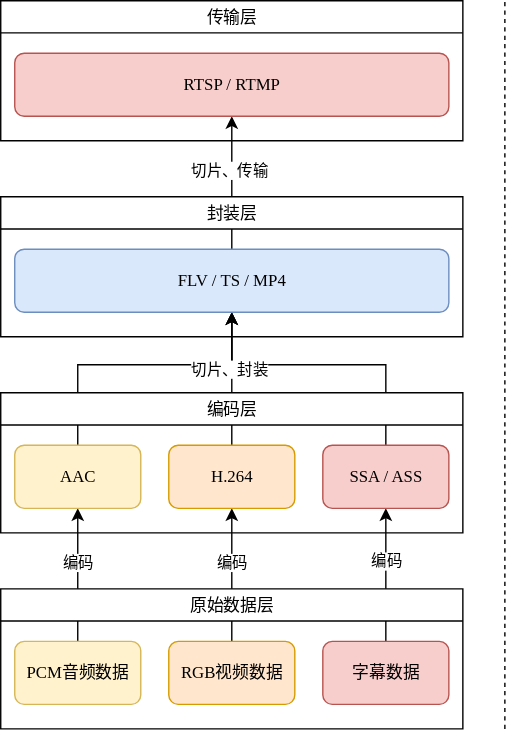
Earlier version of the draw.io export 音视频开发/Resources/FFmpeg解码工作流.drawio.svg (h13-0/Notebooks). Source tidied: cells renumbered, new cells last; positions are measured from the earlier drawing's top-left corner, leaving out a move shared by most shapes. Source of this version:
```xml
<mxGraphModel>
  <root>
    <mxCell id="0" />
    <mxCell id="1" parent="0" />
    <mxCell id="2" style="edgeStyle=orthogonalEdgeStyle;rounded=0;jettySize=auto;html=1;exitX=0.5;exitY=0;exitDx=0;exitDy=0;entryX=0.5;entryY=1;entryDx=0;entryDy=0;fontFamily=思源等宽;" parent="1" edge="1" source="17" target="15">
      <mxGeometry relative="1" as="geometry" />
    </mxCell>
    <mxCell id="3" value="切片、传输" style="edgeLabel;html=1;align=center;verticalAlign=middle;fontFamily=思源等宽;" parent="2" vertex="1">
      <mxGeometry x="0.2" y="2" relative="1" as="geometry" />
    </mxCell>
    <mxCell id="4" style="edgeStyle=orthogonalEdgeStyle;rounded=0;jettySize=auto;html=1;exitX=0.5;exitY=0;exitDx=0;exitDy=0;entryX=0.5;entryY=1;entryDx=0;entryDy=0;fontFamily=思源等宽;" parent="1" edge="1" source="19" target="17">
      <mxGeometry relative="1" as="geometry">
        <Array as="points">
          <mxPoint x="55" y="260" />
          <mxPoint x="165" y="260" />
        </Array>
      </mxGeometry>
    </mxCell>
    <mxCell id="5" style="edgeStyle=orthogonalEdgeStyle;rounded=0;jettySize=auto;html=1;exitX=0.5;exitY=0;exitDx=0;exitDy=0;entryX=0.5;entryY=1;entryDx=0;entryDy=0;fontFamily=思源等宽;" parent="1" edge="1" source="21" target="17">
      <mxGeometry relative="1" as="geometry">
        <Array as="points">
          <mxPoint x="275" y="260" />
          <mxPoint x="165" y="260" />
        </Array>
      </mxGeometry>
    </mxCell>
    <mxCell id="6" style="edgeStyle=orthogonalEdgeStyle;rounded=0;jettySize=auto;html=1;exitX=0.5;exitY=0;exitDx=0;exitDy=0;entryX=0.5;entryY=1;entryDx=0;entryDy=0;fontFamily=思源等宽;" parent="1" edge="1" source="20" target="17">
      <mxGeometry relative="1" as="geometry" />
    </mxCell>
    <mxCell id="7" value="切片、封装" style="edgeLabel;html=1;align=center;verticalAlign=middle;fontFamily=思源等宽;" parent="6" vertex="1">
      <mxGeometry x="0.15" y="2" relative="1" as="geometry" />
    </mxCell>
    <mxCell id="8" style="edgeStyle=orthogonalEdgeStyle;rounded=0;jettySize=auto;html=1;exitX=0.5;exitY=0;exitDx=0;exitDy=0;entryX=0.5;entryY=1;entryDx=0;entryDy=0;fontFamily=思源等宽;" parent="1" edge="1" source="25" target="21">
      <mxGeometry relative="1" as="geometry" />
    </mxCell>
    <mxCell id="9" value="编码" style="edgeLabel;html=1;align=center;verticalAlign=middle;fontFamily=思源等宽;" parent="8" vertex="1">
      <mxGeometry relative="1" as="geometry">
        <mxPoint y="-10" as="offset" />
      </mxGeometry>
    </mxCell>
    <mxCell id="10" style="edgeStyle=orthogonalEdgeStyle;rounded=0;jettySize=auto;html=1;exitX=0.5;exitY=0;exitDx=0;exitDy=0;entryX=0.5;entryY=1;entryDx=0;entryDy=0;fontFamily=思源等宽;" parent="1" edge="1" source="24" target="20">
      <mxGeometry relative="1" as="geometry" />
    </mxCell>
    <mxCell id="11" value="编码" style="edgeLabel;html=1;align=center;verticalAlign=middle;fontFamily=思源等宽;" parent="10" vertex="1">
      <mxGeometry x="0.24" y="-3" relative="1" as="geometry">
        <mxPoint x="-3" y="2" as="offset" />
      </mxGeometry>
    </mxCell>
    <mxCell id="12" style="edgeStyle=orthogonalEdgeStyle;rounded=0;jettySize=auto;html=1;exitX=0.5;exitY=0;exitDx=0;exitDy=0;entryX=0.5;entryY=1;entryDx=0;entryDy=0;fontFamily=思源等宽;" parent="1" edge="1" source="23" target="19">
      <mxGeometry relative="1" as="geometry" />
    </mxCell>
    <mxCell id="13" value="编码" style="edgeLabel;html=1;align=center;verticalAlign=middle;fontFamily=思源等宽;" parent="12" vertex="1">
      <mxGeometry x="0.18" relative="1" as="geometry">
        <mxPoint y="-1" as="offset" />
      </mxGeometry>
    </mxCell>
    <mxCell id="14" value="&lt;span style=&quot;font-weight: normal;&quot;&gt;传输层&lt;/span&gt;" style="swimlane;whiteSpace=wrap;html=1;gradientColor=none;fillColor=#FFFFFF;fontFamily=思源等宽;" parent="1" vertex="1">
      <mxGeometry width="330" height="100" as="geometry" />
    </mxCell>
    <mxCell id="15" value="RTSP / RTMP" style="rounded=1;whiteSpace=wrap;html=1;fillColor=#f8cecc;strokeColor=#b85450;fontFamily=思源等宽;" parent="14" vertex="1">
      <mxGeometry x="10" y="37.5" width="310" height="45" as="geometry" />
    </mxCell>
    <mxCell id="16" value="&lt;span style=&quot;font-weight: normal;&quot;&gt;封装层&lt;/span&gt;" style="swimlane;whiteSpace=wrap;html=1;fillColor=#FFFFFF;fontFamily=思源等宽;" parent="1" vertex="1">
      <mxGeometry y="140" width="330" height="100" as="geometry" />
    </mxCell>
    <mxCell id="17" value="FLV / TS / MP4" style="rounded=1;whiteSpace=wrap;html=1;fillColor=#dae8fc;strokeColor=#6c8ebf;fontFamily=思源等宽;" parent="16" vertex="1">
      <mxGeometry x="10" y="37.5" width="310" height="45" as="geometry" />
    </mxCell>
    <mxCell id="18" value="&lt;span style=&quot;font-weight: normal;&quot;&gt;编码层&lt;/span&gt;" style="swimlane;whiteSpace=wrap;html=1;fillColor=#FFFFFF;fontFamily=思源等宽;" parent="1" vertex="1">
      <mxGeometry y="280" width="330" height="100" as="geometry" />
    </mxCell>
    <mxCell id="19" value="AAC" style="rounded=1;whiteSpace=wrap;html=1;fillColor=#fff2cc;strokeColor=#d6b656;fontFamily=思源等宽;" parent="18" vertex="1">
      <mxGeometry x="10" y="37.5" width="90" height="45" as="geometry" />
    </mxCell>
    <mxCell id="20" value="H.264" style="rounded=1;whiteSpace=wrap;html=1;fillColor=#ffe6cc;strokeColor=#d79b00;fontFamily=思源等宽;" parent="18" vertex="1">
      <mxGeometry x="120" y="37.5" width="90" height="45" as="geometry" />
    </mxCell>
    <mxCell id="21" value="SSA / ASS" style="rounded=1;whiteSpace=wrap;html=1;fillColor=#f8cecc;strokeColor=#b85450;fontFamily=思源等宽;" parent="18" vertex="1">
      <mxGeometry x="230" y="37.5" width="90" height="45" as="geometry" />
    </mxCell>
    <mxCell id="22" value="&lt;span style=&quot;font-weight: normal;&quot;&gt;原始数据层&lt;/span&gt;" style="swimlane;whiteSpace=wrap;html=1;fillColor=#FFFFFF;fontFamily=思源等宽;" parent="1" vertex="1">
      <mxGeometry y="420" width="330" height="100" as="geometry" />
    </mxCell>
    <mxCell id="23" value="PCM音频数据" style="rounded=1;whiteSpace=wrap;html=1;fillColor=#fff2cc;strokeColor=#d6b656;fontFamily=思源等宽;" parent="22" vertex="1">
      <mxGeometry x="10" y="37.5" width="90" height="45" as="geometry" />
    </mxCell>
    <mxCell id="24" value="RGB视频数据" style="rounded=1;whiteSpace=wrap;html=1;fillColor=#ffe6cc;strokeColor=#d79b00;fontFamily=思源等宽;" parent="22" vertex="1">
      <mxGeometry x="120" y="37.5" width="90" height="45" as="geometry" />
    </mxCell>
    <mxCell id="25" value="字幕数据" style="rounded=1;whiteSpace=wrap;html=1;fillColor=#f8cecc;strokeColor=#b85450;fontFamily=思源等宽;" parent="22" vertex="1">
      <mxGeometry x="230" y="37.5" width="90" height="45" as="geometry" />
    </mxCell>
    <mxCell id="26" style="endArrow=none;dashed=1;html=1;rounded=0;" parent="1" edge="1">
      <mxGeometry relative="1" as="geometry">
        <mxPoint x="360" y="520" as="sourcePoint" />
        <mxPoint x="360" as="targetPoint" />
      </mxGeometry>
    </mxCell>
  </root>
</mxGraphModel>
```
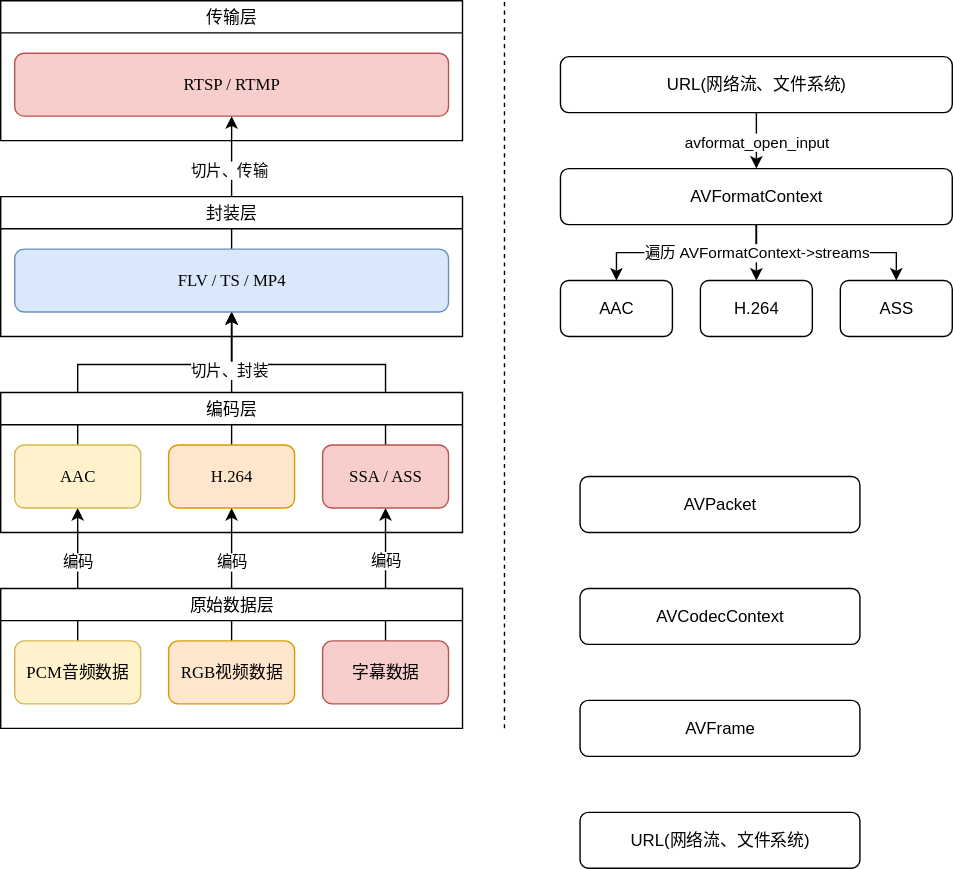
After the change.

Commit message:
vault backup: 2025-12-18 13:01:08

Diff of the diagram source:
```diff
@@ -96,5 +96,54 @@
         <mxPoint x="360" as="targetPoint" />
       </mxGeometry>
     </mxCell>
+    <mxCell id="27" style="edgeStyle=orthogonalEdgeStyle;rounded=0;jettySize=auto;html=1;exitX=0.5;exitY=1;exitDx=0;exitDy=0;entryX=0.5;entryY=0;entryDx=0;entryDy=0;" parent="1" edge="1" source="29" target="34">
+      <mxGeometry relative="1" as="geometry" />
+    </mxCell>
+    <mxCell id="28" value="avformat_open_input" style="edgeLabel;html=1;align=center;verticalAlign=middle;" parent="27" vertex="1">
+      <mxGeometry x="-0.43" y="-1" relative="1" as="geometry">
+        <mxPoint x="1" y="9" as="offset" />
+      </mxGeometry>
+    </mxCell>
+    <mxCell id="29" value="URL(网络流、文件系统)" style="rounded=1;whiteSpace=wrap;html=1;" parent="1" vertex="1">
+      <mxGeometry x="400" y="40" width="280" height="40" as="geometry" />
+    </mxCell>
+    <mxCell id="30" style="edgeStyle=orthogonalEdgeStyle;rounded=0;jettySize=auto;html=1;exitX=0.5;exitY=1;exitDx=0;exitDy=0;entryX=0.5;entryY=0;entryDx=0;entryDy=0;" parent="1" edge="1" source="34" target="40">
+      <mxGeometry relative="1" as="geometry" />
+    </mxCell>
+    <mxCell id="31" style="edgeStyle=orthogonalEdgeStyle;rounded=0;jettySize=auto;html=1;exitX=0.5;exitY=1;exitDx=0;exitDy=0;entryX=0.5;entryY=0;entryDx=0;entryDy=0;" parent="1" edge="1" source="34" target="39">
+      <mxGeometry relative="1" as="geometry" />
+    </mxCell>
+    <mxCell id="32" style="edgeStyle=orthogonalEdgeStyle;rounded=0;jettySize=auto;html=1;exitX=0.5;exitY=1;exitDx=0;exitDy=0;entryX=0.5;entryY=0;entryDx=0;entryDy=0;" parent="1" edge="1" source="34" target="41">
+      <mxGeometry relative="1" as="geometry" />
+    </mxCell>
+    <mxCell id="33" value="遍历 AVFormatContext-&amp;gt;streams" style="edgeLabel;html=1;align=center;verticalAlign=middle;" parent="32" vertex="1">
+      <mxGeometry x="-0.86" y="5" relative="1" as="geometry">
+        <mxPoint x="-5" y="10" as="offset" />
+      </mxGeometry>
+    </mxCell>
+    <mxCell id="34" value="AVFormatContext" style="rounded=1;whiteSpace=wrap;html=1;" parent="1" vertex="1">
+      <mxGeometry x="400" y="120" width="280" height="40" as="geometry" />
+    </mxCell>
+    <mxCell id="35" value="AVPacket" style="rounded=1;whiteSpace=wrap;html=1;" parent="1" vertex="1">
+      <mxGeometry x="414" y="340" width="200" height="40" as="geometry" />
+    </mxCell>
+    <mxCell id="36" value="AVCodecContext" style="rounded=1;whiteSpace=wrap;html=1;" parent="1" vertex="1">
+      <mxGeometry x="414" y="420" width="200" height="40" as="geometry" />
+    </mxCell>
+    <mxCell id="37" value="AVFrame" style="rounded=1;whiteSpace=wrap;html=1;" parent="1" vertex="1">
+      <mxGeometry x="414" y="500" width="200" height="40" as="geometry" />
+    </mxCell>
+    <mxCell id="38" value="URL(网络流、文件系统)" style="rounded=1;whiteSpace=wrap;html=1;" parent="1" vertex="1">
+      <mxGeometry x="414" y="580" width="200" height="40" as="geometry" />
+    </mxCell>
+    <mxCell id="39" value="AAC" style="rounded=1;whiteSpace=wrap;html=1;" parent="1" vertex="1">
+      <mxGeometry x="400" y="200" width="80" height="40" as="geometry" />
+    </mxCell>
+    <mxCell id="40" value="H.264" style="rounded=1;whiteSpace=wrap;html=1;" parent="1" vertex="1">
+      <mxGeometry x="500" y="200" width="80" height="40" as="geometry" />
+    </mxCell>
+    <mxCell id="41" value="ASS" style="rounded=1;whiteSpace=wrap;html=1;" parent="1" vertex="1">
+      <mxGeometry x="600" y="200" width="80" height="40" as="geometry" />
+    </mxCell>
   </root>
 </mxGraphModel>
```
